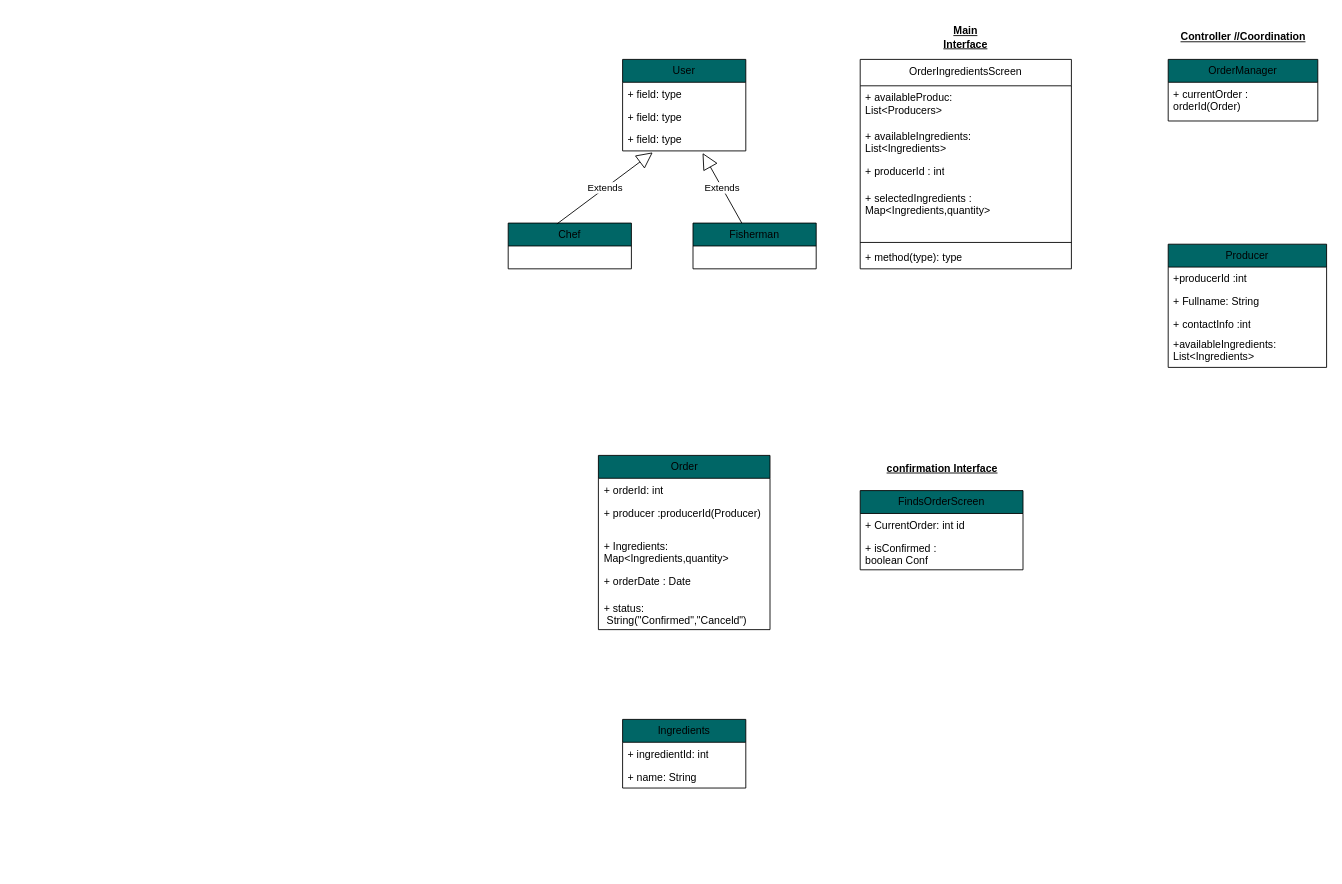
TMCEID/SoftEngFishApp keeps this draw.io diagram as ClassDiagram_Kostasdrawio.drawio. Above is the earlier version. Source tidied: cells renumbered, new cells numbered last; positions are measured from the earlier drawing's top-left corner, leaving out a move shared by most shapes. Both pictures are drawn from the tidied source at 88%, with x=0, y=0 at pixel (508, 15).
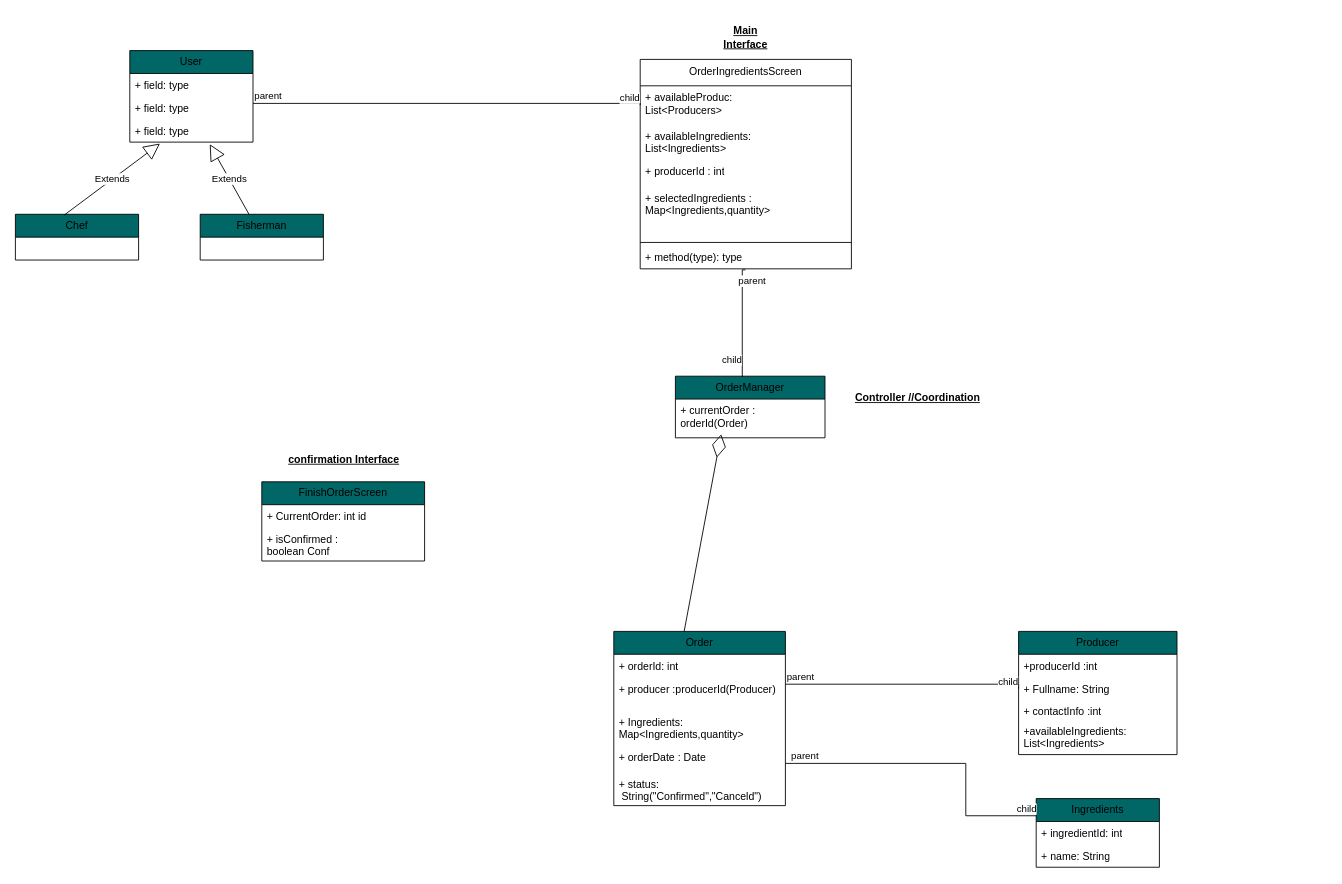
Above is the later version.

Commit message:
Kostas: Update Order ingredients

Unchanged cells that the change refers to:
```xml
<mxCell id="12" value="+ Fullname: String" style="text;strokeColor=none;fillColor=none;align=left;verticalAlign=top;spacingLeft=4;spacingRight=4;overflow=hidden;points=[[0,0.5],[1,0.5]];portConstraint=eastwest;whiteSpace=wrap;html=1;" parent="10" vertex="1">
  <mxGeometry y="52" width="180" height="26" as="geometry" />
</mxCell>
<mxCell id="25" value="+ currentOrder : orderId(Order)" style="text;strokeColor=none;fillColor=none;align=left;verticalAlign=top;spacingLeft=4;spacingRight=4;overflow=hidden;points=[[0,0.5],[1,0.5]];portConstraint=eastwest;whiteSpace=wrap;html=1;" parent="24" vertex="1">
  <mxGeometry y="26" width="170" height="44" as="geometry" />
</mxCell>
<mxCell id="30" value="+ availableProduc:&lt;br&gt;List&amp;lt;Producers&amp;gt;" style="text;strokeColor=none;fillColor=none;align=left;verticalAlign=top;spacingLeft=4;spacingRight=4;overflow=hidden;points=[[0,0.5],[1,0.5]];portConstraint=eastwest;whiteSpace=wrap;html=1;" parent="29" vertex="1">
  <mxGeometry y="30" width="240" height="44" as="geometry" />
</mxCell>
<mxCell id="35" value="+ method(type): type" style="text;strokeColor=none;fillColor=none;align=left;verticalAlign=top;spacingLeft=4;spacingRight=4;overflow=hidden;points=[[0,0.5],[1,0.5]];portConstraint=eastwest;whiteSpace=wrap;html=1;" parent="29" vertex="1">
  <mxGeometry y="212" width="240" height="26" as="geometry" />
</mxCell>
```

The edit, as a diff of the source:
```diff
@@
     <mxCell id="2" value="User" style="swimlane;fontStyle=0;horizontal=1;startSize=26;fillColor=light-dark(#006666,#006666);whiteSpace=wrap;html=1;" parent="1" vertex="1">
-      <mxGeometry x="130" y="50" width="140" height="104" as="geometry" />
+      <mxGeometry x="-430" y="40" width="140" height="104" as="geometry" />
     </mxCell>
@@
-    <mxCell id="6" value="FindsOrderScreen" style="swimlane;fontStyle=0;horizontal=1;startSize=26;fillColor=light-dark(#006666,#006666);whiteSpace=wrap;html=1;" parent="1" vertex="1">
-      <mxGeometry x="400" y="540" width="185" height="90" as="geometry" />
+    <mxCell id="6" value="FinishOrderScreen" style="swimlane;fontStyle=0;horizontal=1;startSize=26;fillColor=light-dark(#006666,#006666);whiteSpace=wrap;html=1;" parent="1" vertex="1">
+      <mxGeometry x="-280" y="530" width="185" height="90" as="geometry" />
     </mxCell>
@@
     <mxCell id="9" value="&lt;u&gt;confirmation Interface&lt;/u&gt;" style="text;align=center;fontStyle=1;verticalAlign=middle;spacingLeft=3;spacingRight=3;strokeColor=none;html=1;" parent="1" vertex="1">
-      <mxGeometry x="427.5" y="490" width="130" height="50" as="geometry" />
+      <mxGeometry x="-252.5" y="480" width="130" height="50" as="geometry" />
     </mxCell>
     <mxCell id="10" value="Producer" style="swimlane;fontStyle=0;horizontal=1;startSize=26;fillColor=light-dark(#006666,#006666);whiteSpace=wrap;html=1;" parent="1" vertex="1">
-      <mxGeometry x="750" y="260" width="180" height="140" as="geometry" />
+      <mxGeometry x="580" y="700" width="180" height="140" as="geometry" />
     </mxCell>
@@
     <mxCell id="15" value="Ingredients" style="swimlane;fontStyle=0;horizontal=1;startSize=26;fillColor=light-dark(#006666,#006666);whiteSpace=wrap;html=1;" parent="1" vertex="1">
-      <mxGeometry x="130" y="800" width="140" height="78" as="geometry" />
+      <mxGeometry x="600" y="890" width="140" height="78" as="geometry" />
     </mxCell>
@@
     <mxCell id="18" value="Order" style="swimlane;fontStyle=0;horizontal=1;startSize=26;fillColor=light-dark(#006666,#006666);whiteSpace=wrap;html=1;" parent="1" vertex="1">
-      <mxGeometry x="102.5" y="500" width="195" height="198" as="geometry" />
+      <mxGeometry x="120" y="700" width="195" height="198" as="geometry" />
     </mxCell>
@@
     <mxCell id="24" value="OrderManager" style="swimlane;fontStyle=0;horizontal=1;startSize=26;fillColor=light-dark(#006666,#006666);whiteSpace=wrap;html=1;" parent="1" vertex="1">
-      <mxGeometry x="750" y="50" width="170" height="70" as="geometry" />
+      <mxGeometry x="190" y="410" width="170" height="70" as="geometry" />
     </mxCell>
@@
     <mxCell id="26" value="&lt;u&gt;Controller //Coordination&lt;/u&gt;" style="text;align=center;fontStyle=1;verticalAlign=middle;spacingLeft=3;spacingRight=3;strokeColor=none;html=1;" parent="1" vertex="1">
-      <mxGeometry x="760" width="150" height="50" as="geometry" />
+      <mxGeometry x="390" y="410" width="150" height="50" as="geometry" />
     </mxCell>
     <mxCell id="27" value="Chef" style="swimlane;fontStyle=0;horizontal=1;startSize=26;fillColor=light-dark(#006666,#006666);whiteSpace=wrap;html=1;" parent="1" vertex="1">
-      <mxGeometry y="236" width="140" height="52" as="geometry" />
+      <mxGeometry x="-560" y="226" width="140" height="52" as="geometry" />
     </mxCell>
     <mxCell id="28" value="Fisherman" style="swimlane;fontStyle=0;horizontal=1;startSize=26;fillColor=light-dark(#006666,#006666);whiteSpace=wrap;html=1;" parent="1" vertex="1">
-      <mxGeometry x="210" y="236" width="140" height="52" as="geometry" />
+      <mxGeometry x="-350" y="226" width="140" height="52" as="geometry" />
     </mxCell>
     <mxCell id="29" value="&lt;span style=&quot;font-weight: 400;&quot;&gt;OrderIngredientsScreen&lt;/span&gt;" style="swimlane;fontStyle=1;align=center;verticalAlign=top;horizontal=1;startSize=30;whiteSpace=wrap;html=1;fillColor=light-dark(#FFFFFF,#006666);" parent="1" vertex="1">
-      <mxGeometry x="400" y="50" width="240" height="238" as="geometry" />
+      <mxGeometry x="150" y="50" width="240" height="238" as="geometry" />
     </mxCell>
@@
     <mxCell id="38" value="&lt;b&gt;&lt;u&gt;Main Interface&lt;/u&gt;&lt;/b&gt;" style="text;html=1;align=center;verticalAlign=middle;whiteSpace=wrap;rounded=0;" parent="1" vertex="1">
-      <mxGeometry x="490" y="10" width="60" height="30" as="geometry" />
+      <mxGeometry x="240" y="10" width="60" height="30" as="geometry" />
     </mxCell>
+    <mxCell id="39" style="endArrow=none;html=1;edgeStyle=orthogonalEdgeStyle;rounded=0;entryX=0;entryY=0.5;entryDx=0;entryDy=0;" parent="1" edge="1" target="30">
+      <mxGeometry relative="1" as="geometry">
+        <mxPoint x="-290" y="100" as="sourcePoint" />
+        <Array as="points">
+          <mxPoint x="150" y="100" />
+        </Array>
+      </mxGeometry>
+    </mxCell>
+    <mxCell id="40" value="parent" style="edgeLabel;html=1;align=left;verticalAlign=bottom;" parent="39" vertex="1">
+      <mxGeometry x="-1" relative="1" as="geometry" />
+    </mxCell>
+    <mxCell id="41" value="child" style="edgeLabel;html=1;align=right;verticalAlign=bottom;" parent="39" vertex="1">
+      <mxGeometry x="1" relative="1" as="geometry" />
+    </mxCell>
+    <mxCell id="42" style="endArrow=diamondThin;endFill=0;endSize=24;html=1;rounded=0;exitX=0.41;exitY=0;exitDx=0;exitDy=0;exitPerimeter=0;entryX=0.306;entryY=0.909;entryDx=0;entryDy=0;entryPerimeter=0;" parent="1" edge="1" source="18" target="25">
+      <mxGeometry relative="1" as="geometry" />
+    </mxCell>
+    <mxCell id="43" style="endArrow=none;html=1;edgeStyle=orthogonalEdgeStyle;rounded=0;entryX=0.447;entryY=0.014;entryDx=0;entryDy=0;entryPerimeter=0;exitX=0.498;exitY=1.044;exitDx=0;exitDy=0;exitPerimeter=0;" parent="1" edge="1" source="35" target="24">
+      <mxGeometry relative="1" as="geometry">
+        <Array as="points">
+          <mxPoint x="266" y="289" />
+        </Array>
+      </mxGeometry>
+    </mxCell>
+    <mxCell id="44" value="parent" style="edgeLabel;html=1;align=left;verticalAlign=bottom;" parent="43" vertex="1">
+      <mxGeometry x="-1" relative="1" as="geometry">
+        <mxPoint x="-10" y="21" as="offset" />
+      </mxGeometry>
+    </mxCell>
+    <mxCell id="45" value="child" style="edgeLabel;html=1;align=right;verticalAlign=bottom;" parent="43" vertex="1">
+      <mxGeometry x="1" relative="1" as="geometry">
+        <mxPoint y="-11" as="offset" />
+      </mxGeometry>
+    </mxCell>
+    <mxCell id="46" style="endArrow=none;html=1;edgeStyle=orthogonalEdgeStyle;rounded=0;entryX=0;entryY=0.5;entryDx=0;entryDy=0;" parent="1" edge="1" target="12">
+      <mxGeometry relative="1" as="geometry">
+        <mxPoint x="315" y="760" as="sourcePoint" />
+        <Array as="points">
+          <mxPoint x="580" y="760" />
+        </Array>
+      </mxGeometry>
+    </mxCell>
+    <mxCell id="47" value="parent" style="edgeLabel;html=1;align=left;verticalAlign=bottom;" parent="46" vertex="1">
+      <mxGeometry x="-1" relative="1" as="geometry" />
+    </mxCell>
+    <mxCell id="48" value="child" style="edgeLabel;html=1;align=right;verticalAlign=bottom;" parent="46" vertex="1">
+      <mxGeometry x="1" relative="1" as="geometry" />
+    </mxCell>
+    <mxCell id="49" style="endArrow=none;html=1;edgeStyle=orthogonalEdgeStyle;rounded=0;entryX=0;entryY=0.25;entryDx=0;entryDy=0;" parent="1" edge="1" target="15">
+      <mxGeometry relative="1" as="geometry">
+        <mxPoint x="315" y="850" as="sourcePoint" />
+        <Array as="points">
+          <mxPoint x="520" y="850" />
+          <mxPoint x="520" y="910" />
+        </Array>
+      </mxGeometry>
+    </mxCell>
+    <mxCell id="50" value="parent" style="edgeLabel;html=1;align=left;verticalAlign=bottom;" parent="49" vertex="1">
+      <mxGeometry x="-1" relative="1" as="geometry">
+        <mxPoint x="5" as="offset" />
+      </mxGeometry>
+    </mxCell>
+    <mxCell id="51" value="child" style="edgeLabel;html=1;align=right;verticalAlign=bottom;" parent="49" vertex="1">
+      <mxGeometry x="1" relative="1" as="geometry" />
+    </mxCell>
```
